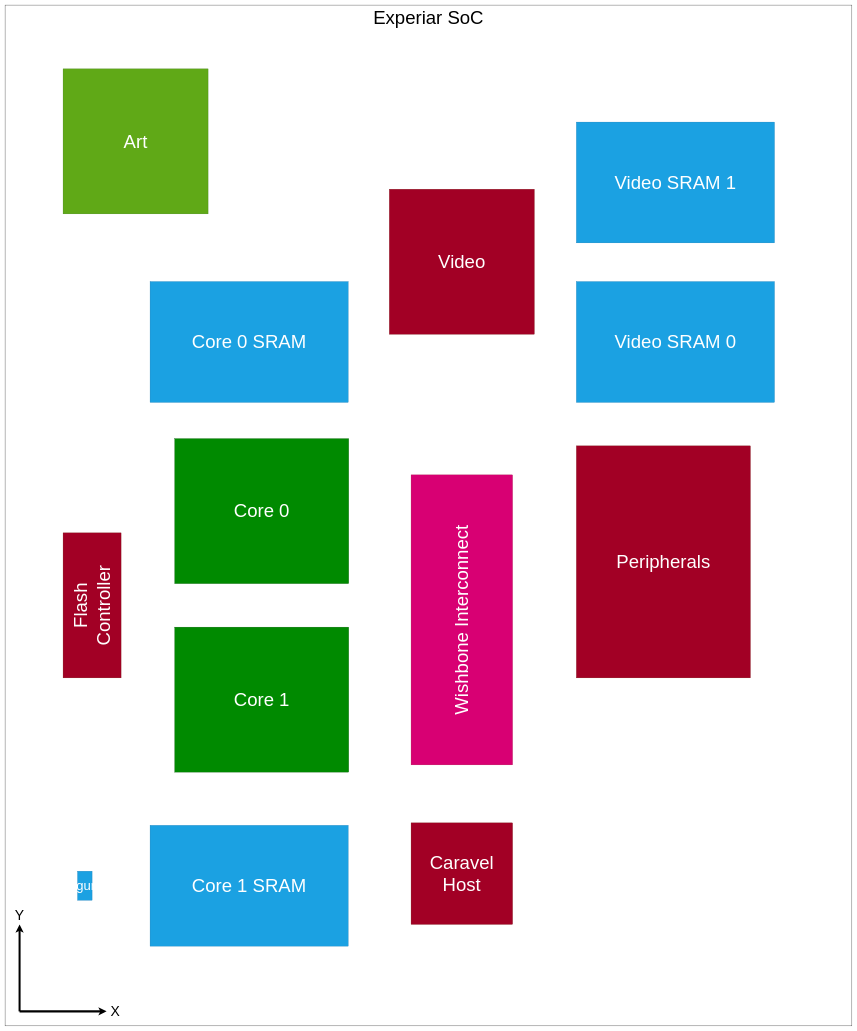
This is page "Chip" (1 of 2) of docs/Design/Macros.drawio from Wevel/ExperiarSoC, a draw.io file, before an edit. Source tidied: cells renumbered, new cells numbered last; positions are measured from the earlier drawing's top-left corner, leaving out a move shared by most shapes. Both pictures are drawn from the tidied source at 29%, with x=0, y=0 at pixel (5, 5).
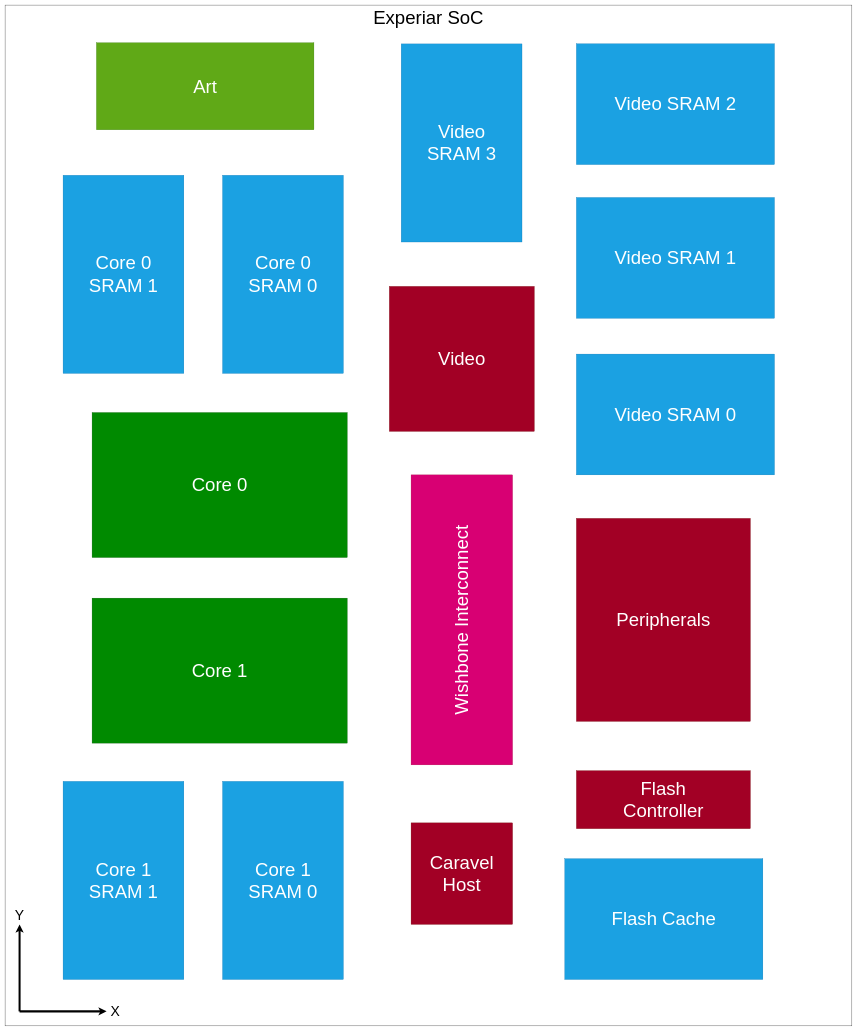
The same page after the edit.

Unchanged cells that the change refers to:
```xml
<mxCell id="2" style="group;flipV=1;" parent="1" vertex="1">
  <mxGeometry width="2920" height="3520" as="geometry" />
</mxCell>
```

Diff of the diagram source:
```diff
@@
     <mxCell id="5" value="&lt;font style=&quot;font-size: 64px&quot;&gt;Peripherals&lt;/font&gt;" style="rounded=0;whiteSpace=wrap;html=1;verticalAlign=middle;flipV=1;direction=east;shadow=0;sketch=0;fillColor=#a20025;glass=0;imageVerticalAlign=middle;noLabel=0;fontColor=#ffffff;strokeColor=#6F0000;" parent="2" vertex="1">
-      <mxGeometry x="1970" y="1520" width="600" height="800" as="geometry" />
+      <mxGeometry x="1970" y="1770" width="600" height="700" as="geometry" />
     </mxCell>
     <mxCell id="6" value="&lt;font style=&quot;font-size: 64px&quot;&gt;Core 0&lt;/font&gt;" style="rounded=0;whiteSpace=wrap;html=1;verticalAlign=middle;flipV=0;direction=east;shadow=0;sketch=0;fillColor=#008a00;glass=0;imageVerticalAlign=middle;noLabel=0;fontColor=#ffffff;strokeColor=#005700;" parent="2" vertex="1">
-      <mxGeometry x="585" y="1495" width="600" height="500" as="geometry" />
+      <mxGeometry x="300" y="1405" width="880" height="500" as="geometry" />
     </mxCell>
     <mxCell id="7" value="&lt;font style=&quot;font-size: 64px&quot;&gt;Core 1&lt;/font&gt;" style="rounded=0;whiteSpace=wrap;html=1;verticalAlign=middle;flipV=1;direction=east;shadow=0;sketch=0;fillColor=#008a00;glass=0;imageVerticalAlign=middle;noLabel=0;fontColor=#ffffff;strokeColor=#005700;" parent="2" vertex="1">
-      <mxGeometry x="585" y="2145" width="600" height="500" as="geometry" />
+      <mxGeometry x="300" y="2045" width="880" height="500" as="geometry" />
     </mxCell>
-    <mxCell id="8" value="&lt;font style=&quot;font-size: 64px&quot;&gt;Core 1 SRAM&lt;/font&gt;" style="rounded=0;whiteSpace=wrap;html=1;verticalAlign=middle;flipV=1;direction=east;shadow=0;sketch=0;fillColor=#1ba1e2;glass=0;imageVerticalAlign=middle;noLabel=0;fontColor=#ffffff;strokeColor=#006EAF;" parent="2" vertex="1">
-      <mxGeometry x="500" y="2828.5" width="683.1" height="416.5" as="geometry" />
+    <mxCell id="8" value="&lt;font style=&quot;font-size: 64px&quot;&gt;Core 1&lt;br&gt;SRAM 0&lt;/font&gt;" style="rounded=0;whiteSpace=wrap;html=1;verticalAlign=middle;flipV=1;direction=south;shadow=0;sketch=0;fillColor=#1ba1e2;glass=0;imageVerticalAlign=middle;noLabel=0;fontColor=#ffffff;strokeColor=#006EAF;" parent="2" vertex="1">
+      <mxGeometry x="750" y="2676.9" width="416.5" height="683.1" as="geometry" />
     </mxCell>
-    <mxCell id="9" value="&lt;font style=&quot;font-size: 64px&quot;&gt;Core 0 SRAM&lt;/font&gt;" style="rounded=0;whiteSpace=wrap;html=1;verticalAlign=middle;flipV=1;direction=east;shadow=0;sketch=0;fillColor=#1ba1e2;glass=0;imageVerticalAlign=middle;noLabel=0;fontColor=#ffffff;strokeColor=#006EAF;" parent="2" vertex="1">
-      <mxGeometry x="500" y="953.5" width="683.1" height="416.5" as="geometry" />
+    <mxCell id="9" value="&lt;font style=&quot;font-size: 64px&quot;&gt;Core 0&lt;br&gt;SRAM 0&lt;/font&gt;" style="rounded=0;whiteSpace=wrap;html=1;verticalAlign=middle;flipV=1;direction=south;shadow=0;sketch=0;fillColor=#1ba1e2;glass=0;imageVerticalAlign=middle;noLabel=0;fontColor=#ffffff;strokeColor=#006EAF;" parent="2" vertex="1">
+      <mxGeometry x="750" y="586.9" width="416.5" height="683.1" as="geometry" />
     </mxCell>
@@
     <mxCell id="15" value="&lt;font style=&quot;font-size: 64px&quot;&gt;Art&lt;/font&gt;" style="rounded=0;whiteSpace=wrap;html=1;verticalAlign=middle;flipV=1;direction=east;shadow=0;sketch=0;fillColor=#60a917;glass=0;imageVerticalAlign=middle;noLabel=0;fontColor=#ffffff;strokeColor=#2D7600;" parent="2" vertex="1">
-      <mxGeometry x="200" y="220" width="500" height="500" as="geometry" />
+      <mxGeometry x="315" y="130" width="750" height="300" as="geometry" />
     </mxCell>
     <mxCell id="16" value="&lt;font style=&quot;font-size: 64px&quot;&gt;Video&lt;/font&gt;" style="rounded=0;whiteSpace=wrap;html=1;verticalAlign=middle;flipV=1;direction=east;shadow=0;sketch=0;fillColor=#a20025;glass=0;imageVerticalAlign=middle;noLabel=0;fontColor=#ffffff;strokeColor=#6F0000;" parent="2" vertex="1">
-      <mxGeometry x="1325" y="635" width="500" height="500" as="geometry" />
+      <mxGeometry x="1325" y="970" width="500" height="500" as="geometry" />
     </mxCell>
     <mxCell id="17" value="&lt;font style=&quot;font-size: 64px&quot;&gt;Video SRAM 1&lt;/font&gt;" style="rounded=0;whiteSpace=wrap;html=1;verticalAlign=middle;flipV=1;direction=east;shadow=0;sketch=0;fillColor=#1ba1e2;glass=0;imageVerticalAlign=middle;noLabel=0;fontColor=#ffffff;strokeColor=#006EAF;" parent="2" vertex="1">
-      <mxGeometry x="1970" y="403.5" width="683.1" height="416.5" as="geometry" />
+      <mxGeometry x="1970" y="663.5" width="683.1" height="416.5" as="geometry" />
     </mxCell>
     <mxCell id="18" value="&lt;font style=&quot;font-size: 64px&quot;&gt;Video SRAM 0&lt;/font&gt;" style="rounded=0;whiteSpace=wrap;html=1;verticalAlign=middle;flipV=1;direction=east;shadow=0;sketch=0;fillColor=#1ba1e2;glass=0;imageVerticalAlign=middle;noLabel=0;fontColor=#ffffff;strokeColor=#006EAF;" parent="2" vertex="1">
-      <mxGeometry x="1970" y="953.5" width="683.1" height="416.5" as="geometry" />
+      <mxGeometry x="1970" y="1203.5" width="683.1" height="416.5" as="geometry" />
     </mxCell>
-    <mxCell id="19" value="&lt;font style=&quot;font-size: 45px;&quot;&gt;Configuration&lt;/font&gt;" style="rounded=0;whiteSpace=wrap;html=1;verticalAlign=middle;flipV=1;direction=east;shadow=0;sketch=0;fillColor=#1ba1e2;glass=0;imageVerticalAlign=middle;noLabel=0;fontColor=#ffffff;strokeColor=#006EAF;horizontal=1;" parent="2" vertex="1">
-      <mxGeometry x="250" y="2986.7" width="50" height="100" as="geometry" />
-    </mxCell>
-    <mxCell id="20" value="&lt;font style=&quot;font-size: 64px&quot;&gt;Flash&lt;br&gt;Controller&lt;br&gt;&lt;/font&gt;" style="rounded=0;whiteSpace=wrap;html=1;verticalAlign=middle;flipV=1;direction=east;shadow=0;sketch=0;fillColor=#a20025;glass=0;imageVerticalAlign=middle;noLabel=0;fontColor=#ffffff;strokeColor=#6F0000;horizontal=0;" parent="2" vertex="1">
-      <mxGeometry x="200" y="1820" width="200" height="500" as="geometry" />
+    <mxCell id="20" value="&lt;font style=&quot;font-size: 64px&quot;&gt;Flash&lt;br&gt;Controller&lt;br&gt;&lt;/font&gt;" style="rounded=0;whiteSpace=wrap;html=1;verticalAlign=middle;flipV=1;direction=south;shadow=0;sketch=0;fillColor=#a20025;glass=0;imageVerticalAlign=middle;noLabel=0;fontColor=#ffffff;strokeColor=#6F0000;horizontal=1;" parent="2" vertex="1">
+      <mxGeometry x="1970" y="2640" width="600" height="200" as="geometry" />
     </mxCell>
+    <mxCell id="21" value="&lt;font style=&quot;font-size: 64px&quot;&gt;Core 0&lt;br&gt;SRAM 1&lt;/font&gt;" style="rounded=0;whiteSpace=wrap;html=1;verticalAlign=middle;flipV=1;direction=south;shadow=0;sketch=0;fillColor=#1ba1e2;glass=0;imageVerticalAlign=middle;noLabel=0;fontColor=#ffffff;strokeColor=#006EAF;" parent="2" vertex="1">
+      <mxGeometry x="200" y="586.9" width="416.5" height="683.1" as="geometry" />
+    </mxCell>
+    <mxCell id="22" value="&lt;font style=&quot;font-size: 64px&quot;&gt;Core 1&lt;br&gt;SRAM 1&lt;/font&gt;" style="rounded=0;whiteSpace=wrap;html=1;verticalAlign=middle;flipV=1;direction=south;shadow=0;sketch=0;fillColor=#1ba1e2;glass=0;imageVerticalAlign=middle;noLabel=0;fontColor=#ffffff;strokeColor=#006EAF;" parent="2" vertex="1">
+      <mxGeometry x="200" y="2676.9" width="416.5" height="683.1" as="geometry" />
+    </mxCell>
+    <mxCell id="23" value="&lt;font style=&quot;font-size: 64px&quot;&gt;Flash Cache&lt;/font&gt;" style="rounded=0;whiteSpace=wrap;html=1;verticalAlign=middle;flipV=1;direction=west;shadow=0;sketch=0;fillColor=#1ba1e2;glass=0;imageVerticalAlign=middle;noLabel=0;fontColor=#ffffff;strokeColor=#006EAF;" parent="2" vertex="1">
+      <mxGeometry x="1930" y="2943.5" width="683.1" height="416.5" as="geometry" />
+    </mxCell>
+    <mxCell id="24" value="&lt;font style=&quot;font-size: 64px&quot;&gt;Video&lt;br&gt;SRAM 3&lt;/font&gt;" style="rounded=0;whiteSpace=wrap;html=1;verticalAlign=middle;flipV=1;direction=south;shadow=0;sketch=0;fillColor=#1ba1e2;glass=0;imageVerticalAlign=middle;noLabel=0;fontColor=#ffffff;strokeColor=#006EAF;" parent="2" vertex="1">
+      <mxGeometry x="1366" y="133.9" width="416.5" height="683.1" as="geometry" />
+    </mxCell>
+    <mxCell id="25" value="&lt;font style=&quot;font-size: 64px&quot;&gt;Video SRAM 2&lt;/font&gt;" style="rounded=0;whiteSpace=wrap;html=1;verticalAlign=middle;flipV=1;direction=east;shadow=0;sketch=0;fillColor=#1ba1e2;glass=0;imageVerticalAlign=middle;noLabel=0;fontColor=#ffffff;strokeColor=#006EAF;" parent="2" vertex="1">
+      <mxGeometry x="1970" y="133.5" width="683.1" height="416.5" as="geometry" />
+    </mxCell>
```
